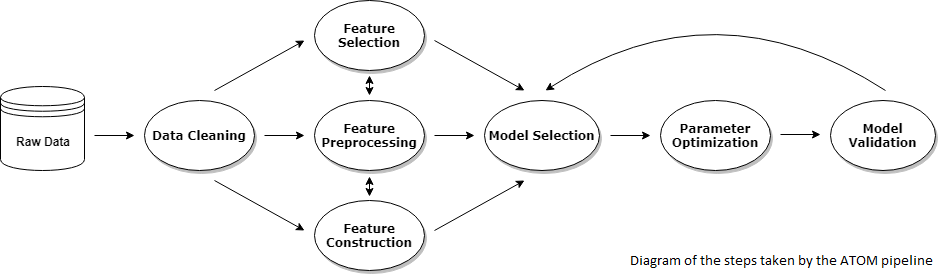
tvdboom/ATOM keeps this draw.io diagram as images/diagram.png. Above is the earlier version. Source tidied: cells renumbered, new cells last; positions are measured from the earlier drawing's top-left corner, leaving out a move shared by most shapes. The source it was exported from:
```xml
<mxGraphModel background="#ffffff">
  <root>
    <mxCell id="0" />
    <mxCell id="1" parent="0" />
    <mxCell id="2" style="edgeStyle=orthogonalEdgeStyle;rounded=0;orthogonalLoop=1;jettySize=auto;html=1;" parent="1" edge="1">
      <mxGeometry relative="1" as="geometry">
        <mxPoint x="250" y="135" as="sourcePoint" />
        <mxPoint x="290" y="135" as="targetPoint" />
      </mxGeometry>
    </mxCell>
    <mxCell id="3" value="&lt;b&gt;Data Cleaning&lt;/b&gt;" style="ellipse;whiteSpace=wrap;html=1;rounded=0;shadow=1;comic=0;labelBackgroundColor=none;strokeColor=#000000;strokeWidth=1;fillColor=#FFFFFF;fontFamily=Verdana;fontSize=12;fontColor=#000000;align=center;" parent="1" vertex="1">
      <mxGeometry x="130" y="100" width="110" height="70" as="geometry" />
    </mxCell>
    <mxCell id="4" value="&lt;b&gt;Feature Preprocessing&lt;/b&gt;" style="ellipse;whiteSpace=wrap;html=1;rounded=0;shadow=1;comic=0;labelBackgroundColor=none;strokeColor=#000000;strokeWidth=1;fillColor=#FFFFFF;fontFamily=Verdana;fontSize=12;fontColor=#000000;align=center;" parent="1" vertex="1">
      <mxGeometry x="300" y="100" width="110" height="70" as="geometry" />
    </mxCell>
    <mxCell id="5" style="endArrow=classic;html=1;" parent="1" edge="1">
      <mxGeometry relative="1" as="geometry">
        <mxPoint x="80" y="135" as="sourcePoint" />
        <mxPoint x="120" y="135" as="targetPoint" />
      </mxGeometry>
    </mxCell>
    <mxCell id="6" style="endArrow=classic;html=1;entryX=0;entryY=0.5;entryDx=0;entryDy=0;" parent="1" edge="1" source="7">
      <mxGeometry relative="1" as="geometry">
        <mxPoint x="480" y="140" as="targetPoint" />
      </mxGeometry>
    </mxCell>
    <mxCell id="7" value="&lt;b&gt;Model Selection&lt;/b&gt;" style="ellipse;whiteSpace=wrap;html=1;rounded=0;shadow=1;comic=0;labelBackgroundColor=none;strokeColor=#000000;strokeWidth=1;fillColor=#FFFFFF;fontFamily=Verdana;fontSize=12;fontColor=#000000;align=center;" parent="1" vertex="1">
      <mxGeometry x="470" y="100" width="115" height="70" as="geometry" />
    </mxCell>
    <mxCell id="8" style="endArrow=classic;html=1;" parent="1" edge="1">
      <mxGeometry relative="1" as="geometry">
        <mxPoint x="420" y="135" as="sourcePoint" />
        <mxPoint x="460" y="135" as="targetPoint" />
      </mxGeometry>
    </mxCell>
    <mxCell id="9" value="&lt;b&gt;Parameter Optimization&lt;/b&gt;" style="ellipse;whiteSpace=wrap;html=1;rounded=0;shadow=1;comic=0;labelBackgroundColor=none;strokeColor=#000000;strokeWidth=1;fillColor=#FFFFFF;fontFamily=Verdana;fontSize=12;fontColor=#000000;align=center;rotation=0;" parent="1" vertex="1">
      <mxGeometry x="660" y="114" width="110" height="70" as="geometry" />
    </mxCell>
    <mxCell id="10" value="&lt;b&gt;Model Validation&lt;/b&gt;" style="ellipse;whiteSpace=wrap;html=1;rounded=0;shadow=1;comic=0;labelBackgroundColor=none;strokeColor=#000000;strokeWidth=1;fillColor=#FFFFFF;fontFamily=Verdana;fontSize=12;fontColor=#000000;align=center;rotation=0;" parent="1" vertex="1">
      <mxGeometry x="830" y="114" width="105" height="70" as="geometry" />
    </mxCell>
    <mxCell id="11" style="endArrow=classic;html=1;" parent="1" edge="1">
      <mxGeometry relative="1" as="geometry">
        <mxPoint x="610" y="149" as="sourcePoint" />
        <mxPoint x="650" y="149" as="targetPoint" />
      </mxGeometry>
    </mxCell>
    <mxCell id="12" value="&lt;b&gt;Feature Selection&lt;/b&gt;" style="ellipse;whiteSpace=wrap;html=1;rounded=0;shadow=1;comic=0;labelBackgroundColor=none;strokeColor=#000000;strokeWidth=1;fillColor=#FFFFFF;fontFamily=Verdana;fontSize=12;fontColor=#000000;align=center;" parent="1" vertex="1">
      <mxGeometry x="300" width="110" height="70" as="geometry" />
    </mxCell>
    <mxCell id="13" style="endArrow=classic;startArrow=classic;html=1;" parent="1" edge="1">
      <mxGeometry relative="1" as="geometry">
        <mxPoint x="369" y="109" as="sourcePoint" />
        <mxPoint x="369" y="89" as="targetPoint" />
      </mxGeometry>
    </mxCell>
    <mxCell id="14" style="endArrow=classic;html=1;" parent="1" edge="1">
      <mxGeometry relative="1" as="geometry">
        <mxPoint x="200" y="90" as="sourcePoint" />
        <mxPoint x="290" y="40" as="targetPoint" />
      </mxGeometry>
    </mxCell>
    <mxCell id="15" value="&lt;b&gt;Feature Construction&lt;/b&gt;" style="ellipse;whiteSpace=wrap;html=1;rounded=0;shadow=1;comic=0;labelBackgroundColor=none;strokeColor=#000000;strokeWidth=1;fillColor=#FFFFFF;fontFamily=Verdana;fontSize=12;fontColor=#000000;align=center;" parent="1" vertex="1">
      <mxGeometry x="300" y="200" width="110" height="70" as="geometry" />
    </mxCell>
    <mxCell id="16" style="endArrow=classic;html=1;" parent="1" edge="1">
      <mxGeometry relative="1" as="geometry">
        <mxPoint x="200" y="180" as="sourcePoint" />
        <mxPoint x="290" y="230" as="targetPoint" />
      </mxGeometry>
    </mxCell>
    <mxCell id="17" style="endArrow=classic;html=1;" parent="1" edge="1">
      <mxGeometry relative="1" as="geometry">
        <mxPoint x="420" y="40" as="sourcePoint" />
        <mxPoint x="510" y="90" as="targetPoint" />
      </mxGeometry>
    </mxCell>
    <mxCell id="18" style="endArrow=classic;html=1;" parent="1" edge="1">
      <mxGeometry relative="1" as="geometry">
        <mxPoint x="780" y="148" as="sourcePoint" />
        <mxPoint x="820" y="148" as="targetPoint" />
      </mxGeometry>
    </mxCell>
    <mxCell id="19" style="endArrow=classic;html=1;" parent="1" edge="1">
      <mxGeometry relative="1" as="geometry">
        <mxPoint x="420" y="230" as="sourcePoint" />
        <mxPoint x="510" y="180" as="targetPoint" />
      </mxGeometry>
    </mxCell>
    <mxCell id="20" value="&lt;b&gt;Raw Data&lt;/b&gt;" style="shape=datastore;whiteSpace=wrap;html=1;" parent="1" vertex="1">
      <mxGeometry y="100" width="84" height="84" as="geometry" />
    </mxCell>
    <mxCell id="21" style="endArrow=classic;startArrow=classic;html=1;" parent="1" edge="1">
      <mxGeometry relative="1" as="geometry">
        <mxPoint x="369" y="210" as="sourcePoint" />
        <mxPoint x="369" y="190" as="targetPoint" />
      </mxGeometry>
    </mxCell>
  </root>
</mxGraphModel>
```
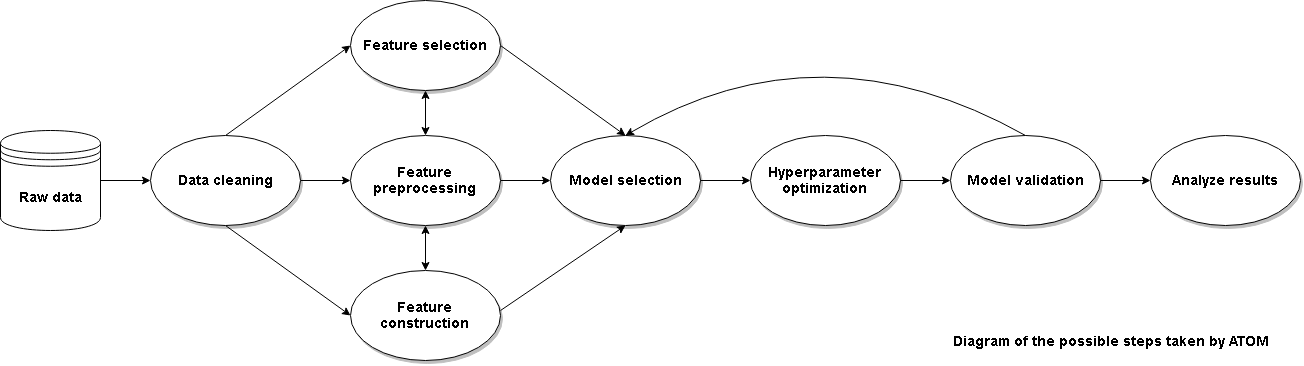
After the commit.

Diff of the diagram source:
```diff
@@ -1,101 +1,89 @@
-<mxGraphModel background="#ffffff">
+<mxGraphModel>
   <root>
     <mxCell id="0" />
     <mxCell id="1" parent="0" />
-    <mxCell id="2" style="edgeStyle=orthogonalEdgeStyle;rounded=0;orthogonalLoop=1;jettySize=auto;html=1;" parent="1" edge="1">
-      <mxGeometry relative="1" as="geometry">
-        <mxPoint x="250" y="135" as="sourcePoint" />
-        <mxPoint x="290" y="135" as="targetPoint" />
-      </mxGeometry>
-    </mxCell>
-    <mxCell id="3" value="&lt;b&gt;Data Cleaning&lt;/b&gt;" style="ellipse;whiteSpace=wrap;html=1;rounded=0;shadow=1;comic=0;labelBackgroundColor=none;strokeColor=#000000;strokeWidth=1;fillColor=#FFFFFF;fontFamily=Verdana;fontSize=12;fontColor=#000000;align=center;" parent="1" vertex="1">
-      <mxGeometry x="130" y="100" width="110" height="70" as="geometry" />
-    </mxCell>
-    <mxCell id="4" value="&lt;b&gt;Feature Preprocessing&lt;/b&gt;" style="ellipse;whiteSpace=wrap;html=1;rounded=0;shadow=1;comic=0;labelBackgroundColor=none;strokeColor=#000000;strokeWidth=1;fillColor=#FFFFFF;fontFamily=Verdana;fontSize=12;fontColor=#000000;align=center;" parent="1" vertex="1">
-      <mxGeometry x="300" y="100" width="110" height="70" as="geometry" />
-    </mxCell>
-    <mxCell id="5" style="endArrow=classic;html=1;" parent="1" edge="1">
-      <mxGeometry relative="1" as="geometry">
-        <mxPoint x="80" y="135" as="sourcePoint" />
-        <mxPoint x="120" y="135" as="targetPoint" />
-      </mxGeometry>
-    </mxCell>
-    <mxCell id="6" style="endArrow=classic;html=1;entryX=0;entryY=0.5;entryDx=0;entryDy=0;" parent="1" edge="1" source="7">
-      <mxGeometry relative="1" as="geometry">
-        <mxPoint x="480" y="140" as="targetPoint" />
-      </mxGeometry>
-    </mxCell>
-    <mxCell id="7" value="&lt;b&gt;Model Selection&lt;/b&gt;" style="ellipse;whiteSpace=wrap;html=1;rounded=0;shadow=1;comic=0;labelBackgroundColor=none;strokeColor=#000000;strokeWidth=1;fillColor=#FFFFFF;fontFamily=Verdana;fontSize=12;fontColor=#000000;align=center;" parent="1" vertex="1">
-      <mxGeometry x="470" y="100" width="115" height="70" as="geometry" />
-    </mxCell>
-    <mxCell id="8" style="endArrow=classic;html=1;" parent="1" edge="1">
-      <mxGeometry relative="1" as="geometry">
-        <mxPoint x="420" y="135" as="sourcePoint" />
-        <mxPoint x="460" y="135" as="targetPoint" />
-      </mxGeometry>
-    </mxCell>
-    <mxCell id="9" value="&lt;b&gt;Parameter Optimization&lt;/b&gt;" style="ellipse;whiteSpace=wrap;html=1;rounded=0;shadow=1;comic=0;labelBackgroundColor=none;strokeColor=#000000;strokeWidth=1;fillColor=#FFFFFF;fontFamily=Verdana;fontSize=12;fontColor=#000000;align=center;rotation=0;" parent="1" vertex="1">
-      <mxGeometry x="660" y="114" width="110" height="70" as="geometry" />
-    </mxCell>
-    <mxCell id="10" value="&lt;b&gt;Model Validation&lt;/b&gt;" style="ellipse;whiteSpace=wrap;html=1;rounded=0;shadow=1;comic=0;labelBackgroundColor=none;strokeColor=#000000;strokeWidth=1;fillColor=#FFFFFF;fontFamily=Verdana;fontSize=12;fontColor=#000000;align=center;rotation=0;" parent="1" vertex="1">
-      <mxGeometry x="830" y="114" width="105" height="70" as="geometry" />
-    </mxCell>
-    <mxCell id="11" style="endArrow=classic;html=1;" parent="1" edge="1">
-      <mxGeometry relative="1" as="geometry">
-        <mxPoint x="610" y="149" as="sourcePoint" />
-        <mxPoint x="650" y="149" as="targetPoint" />
-      </mxGeometry>
-    </mxCell>
-    <mxCell id="12" value="&lt;b&gt;Feature Selection&lt;/b&gt;" style="ellipse;whiteSpace=wrap;html=1;rounded=0;shadow=1;comic=0;labelBackgroundColor=none;strokeColor=#000000;strokeWidth=1;fillColor=#FFFFFF;fontFamily=Verdana;fontSize=12;fontColor=#000000;align=center;" parent="1" vertex="1">
-      <mxGeometry x="300" width="110" height="70" as="geometry" />
-    </mxCell>
-    <mxCell id="13" style="endArrow=classic;startArrow=classic;html=1;" parent="1" edge="1">
-      <mxGeometry relative="1" as="geometry">
-        <mxPoint x="369" y="109" as="sourcePoint" />
-        <mxPoint x="369" y="89" as="targetPoint" />
-      </mxGeometry>
-    </mxCell>
-    <mxCell id="14" style="endArrow=classic;html=1;" parent="1" edge="1">
-      <mxGeometry relative="1" as="geometry">
-        <mxPoint x="200" y="90" as="sourcePoint" />
-        <mxPoint x="290" y="40" as="targetPoint" />
-      </mxGeometry>
-    </mxCell>
-    <mxCell id="15" value="&lt;b&gt;Feature Construction&lt;/b&gt;" style="ellipse;whiteSpace=wrap;html=1;rounded=0;shadow=1;comic=0;labelBackgroundColor=none;strokeColor=#000000;strokeWidth=1;fillColor=#FFFFFF;fontFamily=Verdana;fontSize=12;fontColor=#000000;align=center;" parent="1" vertex="1">
-      <mxGeometry x="300" y="200" width="110" height="70" as="geometry" />
-    </mxCell>
-    <mxCell id="16" style="endArrow=classic;html=1;" parent="1" edge="1">
-      <mxGeometry relative="1" as="geometry">
-        <mxPoint x="200" y="180" as="sourcePoint" />
-        <mxPoint x="290" y="230" as="targetPoint" />
-      </mxGeometry>
-    </mxCell>
-    <mxCell id="17" style="endArrow=classic;html=1;" parent="1" edge="1">
-      <mxGeometry relative="1" as="geometry">
-        <mxPoint x="420" y="40" as="sourcePoint" />
-        <mxPoint x="510" y="90" as="targetPoint" />
-      </mxGeometry>
-    </mxCell>
-    <mxCell id="18" style="endArrow=classic;html=1;" parent="1" edge="1">
-      <mxGeometry relative="1" as="geometry">
-        <mxPoint x="780" y="148" as="sourcePoint" />
-        <mxPoint x="820" y="148" as="targetPoint" />
-      </mxGeometry>
-    </mxCell>
-    <mxCell id="19" style="endArrow=classic;html=1;" parent="1" edge="1">
-      <mxGeometry relative="1" as="geometry">
-        <mxPoint x="420" y="230" as="sourcePoint" />
-        <mxPoint x="510" y="180" as="targetPoint" />
-      </mxGeometry>
-    </mxCell>
-    <mxCell id="20" value="&lt;b&gt;Raw Data&lt;/b&gt;" style="shape=datastore;whiteSpace=wrap;html=1;" parent="1" vertex="1">
-      <mxGeometry y="100" width="84" height="84" as="geometry" />
-    </mxCell>
-    <mxCell id="21" style="endArrow=classic;startArrow=classic;html=1;" parent="1" edge="1">
-      <mxGeometry relative="1" as="geometry">
-        <mxPoint x="369" y="210" as="sourcePoint" />
-        <mxPoint x="369" y="190" as="targetPoint" />
-      </mxGeometry>
-    </mxCell>
+    <mxCell id="22" value="&lt;font style=&quot;font-size: 14px&quot;&gt;&lt;b&gt;Raw data&lt;/b&gt;&lt;/font&gt;" style="shape=datastore;whiteSpace=wrap;html=1;" parent="1" vertex="1">
+      <mxGeometry x="-50" y="-20" width="100" height="100" as="geometry" />
+    </mxCell>
+    <mxCell id="23" style="endArrow=classic;html=1;exitX=1;exitY=0.5;exitDx=0;exitDy=0;entryX=0;entryY=0.5;entryDx=0;entryDy=0;" parent="1" edge="1" source="22" target="39">
+      <mxGeometry relative="1" as="geometry" />
+    </mxCell>
+    <mxCell id="24" style="endArrow=classic;html=1;exitX=0.5;exitY=0;exitDx=0;exitDy=0;entryX=0;entryY=0.5;entryDx=0;entryDy=0;" parent="1" edge="1" source="39" target="36">
+      <mxGeometry relative="1" as="geometry" />
+    </mxCell>
+    <mxCell id="25" style="endArrow=classic;html=1;exitX=0.5;exitY=1;exitDx=0;exitDy=0;entryX=0;entryY=0.5;entryDx=0;entryDy=0;" parent="1" edge="1" source="39" target="38">
+      <mxGeometry relative="1" as="geometry" />
+    </mxCell>
+    <mxCell id="26" style="endArrow=classic;html=1;exitX=1;exitY=0.5;exitDx=0;exitDy=0;entryX=0;entryY=0.5;entryDx=0;entryDy=0;" parent="1" edge="1" source="39" target="37">
+      <mxGeometry relative="1" as="geometry" />
+    </mxCell>
+    <mxCell id="27" style="endArrow=classic;startArrow=classic;html=1;fontSize=14;entryX=0.5;entryY=1;entryDx=0;entryDy=0;exitX=0.5;exitY=0;exitDx=0;exitDy=0;" parent="1" edge="1" source="37" target="36">
+      <mxGeometry relative="1" as="geometry" />
+    </mxCell>
+    <mxCell id="28" style="endArrow=classic;startArrow=classic;html=1;fontSize=14;exitX=0.5;exitY=0;exitDx=0;exitDy=0;entryX=0.5;entryY=1;entryDx=0;entryDy=0;" parent="1" edge="1" source="38" target="37">
+      <mxGeometry relative="1" as="geometry" />
+    </mxCell>
+    <mxCell id="29" style="endArrow=classic;html=1;exitX=1;exitY=0.5;exitDx=0;exitDy=0;entryX=0;entryY=0.5;entryDx=0;entryDy=0;" parent="1" edge="1" source="37" target="30">
+      <mxGeometry relative="1" as="geometry" />
+    </mxCell>
+    <mxCell id="30" value="&lt;b style=&quot;font-size: 14px&quot;&gt;Model selection&lt;/b&gt;" style="ellipse;whiteSpace=wrap;html=1;shadow=1;fontSize=14;" parent="1" vertex="1">
+      <mxGeometry x="500" y="-15" width="150" height="90" as="geometry" />
+    </mxCell>
+    <mxCell id="31" style="endArrow=classic;html=1;exitX=1;exitY=0.5;exitDx=0;exitDy=0;entryX=0.5;entryY=0;entryDx=0;entryDy=0;" parent="1" edge="1" source="36" target="30">
+      <mxGeometry relative="1" as="geometry" />
+    </mxCell>
+    <mxCell id="32" style="endArrow=classic;html=1;exitX=1;exitY=0.5;exitDx=0;exitDy=0;entryX=0.5;entryY=1;entryDx=0;entryDy=0;" parent="1" edge="1" target="30">
+      <mxGeometry relative="1" as="geometry">
+        <mxPoint x="450" y="160" as="sourcePoint" />
+      </mxGeometry>
+    </mxCell>
+    <mxCell id="33" value="&lt;b style=&quot;font-size: 14px&quot;&gt;Hyperparameter optimization&lt;/b&gt;" style="ellipse;whiteSpace=wrap;html=1;shadow=1;fontSize=14;" parent="1" vertex="1">
+      <mxGeometry x="700" y="-15" width="150" height="90" as="geometry" />
+    </mxCell>
+    <mxCell id="34" value="&lt;b style=&quot;font-size: 14px&quot;&gt;Model validation&lt;/b&gt;" style="ellipse;whiteSpace=wrap;html=1;shadow=1;fontSize=14;" parent="1" vertex="1">
+      <mxGeometry x="900" y="-15" width="150" height="90" as="geometry" />
+    </mxCell>
+    <mxCell id="35" value="&lt;b style=&quot;font-size: 14px&quot;&gt;Analyze results&lt;/b&gt;" style="ellipse;whiteSpace=wrap;html=1;shadow=1;fontSize=14;" parent="1" vertex="1">
+      <mxGeometry x="1100" y="-15" width="150" height="90" as="geometry" />
+    </mxCell>
+    <mxCell id="36" value="&lt;b style=&quot;font-size: 14px&quot;&gt;Feature selection&lt;/b&gt;" style="ellipse;whiteSpace=wrap;html=1;shadow=1;fontSize=14;" parent="1" vertex="1">
+      <mxGeometry x="300" y="-150" width="150" height="90" as="geometry" />
+    </mxCell>
+    <mxCell id="37" value="&lt;b style=&quot;font-size: 14px&quot;&gt;Feature preprocessing&lt;/b&gt;" style="ellipse;whiteSpace=wrap;html=1;shadow=1;fontSize=14;" parent="1" vertex="1">
+      <mxGeometry x="300" y="-15" width="150" height="90" as="geometry" />
+    </mxCell>
+    <mxCell id="38" value="&lt;b style=&quot;font-size: 14px&quot;&gt;Feature construction&lt;/b&gt;" style="ellipse;whiteSpace=wrap;html=1;shadow=1;fontSize=14;" parent="1" vertex="1">
+      <mxGeometry x="300" y="120" width="150" height="90" as="geometry" />
+    </mxCell>
+    <mxCell id="39" value="&lt;b style=&quot;font-size: 14px&quot;&gt;Data cleaning&lt;/b&gt;" style="ellipse;whiteSpace=wrap;html=1;shadow=1;fontSize=14;" parent="1" vertex="1">
+      <mxGeometry x="100" y="-15" width="150" height="90" as="geometry" />
+    </mxCell>
+    <mxCell id="40" style="curved=1;endArrow=classic;html=1;fontSize=14;entryX=0.5;entryY=0;entryDx=0;entryDy=0;exitX=0.5;exitY=0;exitDx=0;exitDy=0;" parent="1" edge="1" source="34" target="30">
+      <mxGeometry relative="1" as="geometry">
+        <Array as="points">
+          <mxPoint x="770" y="-130" />
+        </Array>
+      </mxGeometry>
+    </mxCell>
+    <mxCell id="41" style="endArrow=classic;html=1;exitX=1;exitY=0.5;exitDx=0;exitDy=0;entryX=0;entryY=0.5;entryDx=0;entryDy=0;" parent="1" edge="1" target="33">
+      <mxGeometry relative="1" as="geometry">
+        <mxPoint x="650" y="30" as="sourcePoint" />
+      </mxGeometry>
+    </mxCell>
+    <mxCell id="42" style="endArrow=classic;html=1;exitX=1;exitY=0.5;exitDx=0;exitDy=0;entryX=0;entryY=0.5;entryDx=0;entryDy=0;" parent="1" edge="1">
+      <mxGeometry relative="1" as="geometry">
+        <mxPoint x="850" y="30" as="sourcePoint" />
+        <mxPoint x="900" y="30" as="targetPoint" />
+      </mxGeometry>
+    </mxCell>
+    <mxCell id="43" style="endArrow=classic;html=1;exitX=1;exitY=0.5;exitDx=0;exitDy=0;entryX=0;entryY=0.5;entryDx=0;entryDy=0;" parent="1" edge="1">
+      <mxGeometry relative="1" as="geometry">
+        <mxPoint x="1050" y="30" as="sourcePoint" />
+        <mxPoint x="1100" y="30" as="targetPoint" />
+      </mxGeometry>
+    </mxCell>
+    <mxCell id="44" value="Diagram of the possible steps taken by ATOM" style="text;html=1;strokeColor=none;fillColor=none;align=center;verticalAlign=middle;whiteSpace=wrap;rounded=0;fontStyle=1;fontSize=14;" parent="1" vertex="1">
+      <mxGeometry x="880" y="180" width="360" height="20" as="geometry" />
+    </mxCell>
   </root>
 </mxGraphModel>
```
